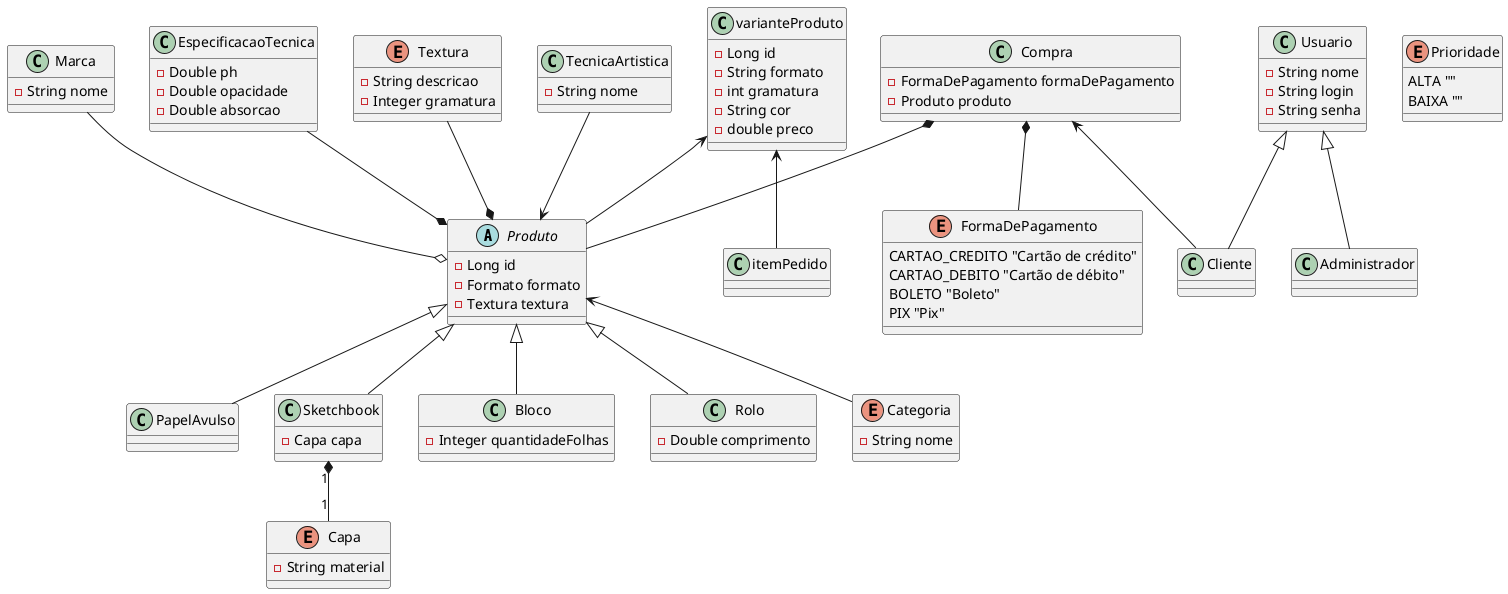
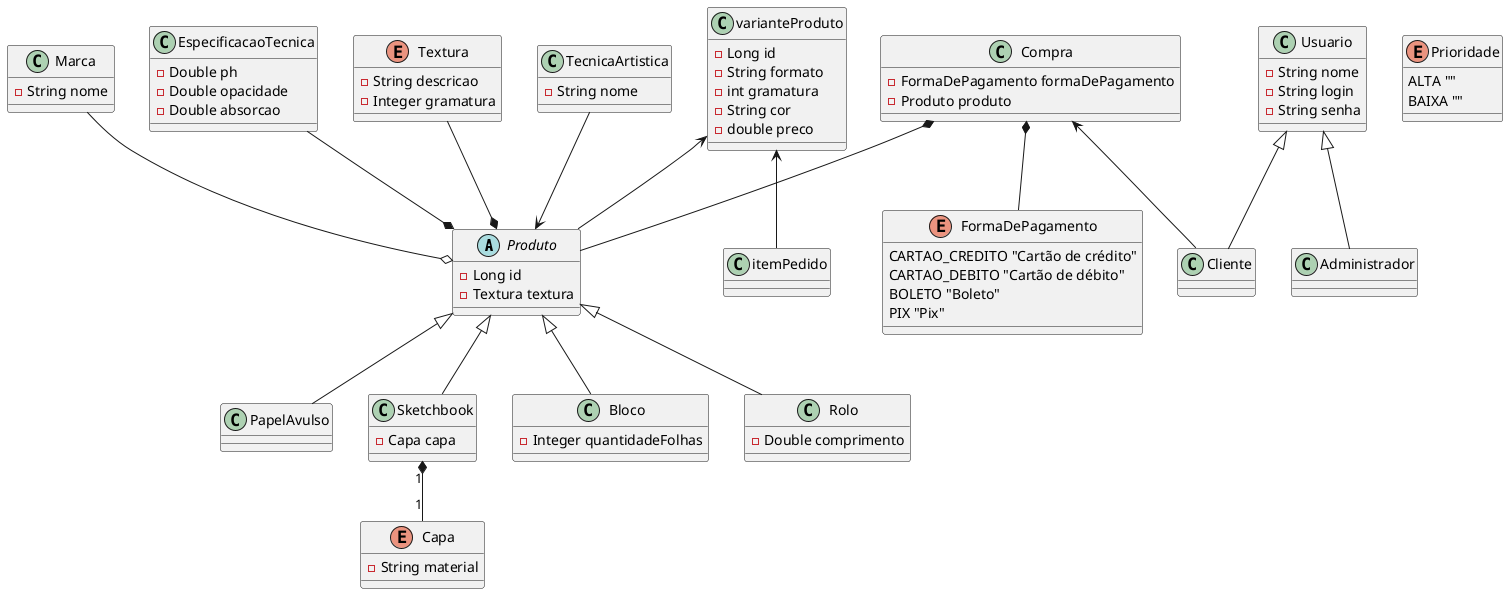
@startuml Diagram

 abstract class Produto {
 -Long id
-  -Formato formato
 -Textura textura
 }

  class PapelAvulso {}

 class TecnicaArtistica {
  -String nome
 }

 class Marca {
-String nome
 }

 class Sketchbook{
 -Capa capa
 }

 class Bloco {
 -Integer quantidadeFolhas
 }


class varianteProduto{
  -Long id
  -String formato
  -int gramatura
  -String cor
  -double preco
}
 class Rolo {
 -Double comprimento
 }

-  enum Categoria{
-  -String nome
-  }
+ 

 class EspecificacaoTecnica{
 -Double ph
 -Double opacidade
 -Double absorcao
 }

enum Capa {
-String material
}

enum Textura {
-String descricao
-Integer gramatura
}

- Produto <-- Categoria


Textura --* Produto
varianteProduto <-- Produto
varianteProduto <-- itemPedido
EspecificacaoTecnica --* Produto
Marca --o Produto
TecnicaArtistica --> Produto

Sketchbook "1"*--"1" Capa



Produto <|-- Bloco
Produto <|-- Rolo
Produto <|-- Sketchbook
Produto <|-- PapelAvulso

class Usuario {
-String nome
-String login
-String senha
}

class Cliente {}

enum FormaDePagamento{
CARTAO_CREDITO "Cartão de crédito"
CARTAO_DEBITO "Cartão de débito"
BOLETO "Boleto"
PIX "Pix"
}

class Compra {
-FormaDePagamento formaDePagamento
-Produto produto
}

class Administrador {}

enum Prioridade{
ALTA ""
BAIXA ""
}

Compra <-- Cliente
Compra *-- Produto
Compra *-- FormaDePagamento

Usuario <|-- Administrador
Usuario <|-- Cliente

@enduml